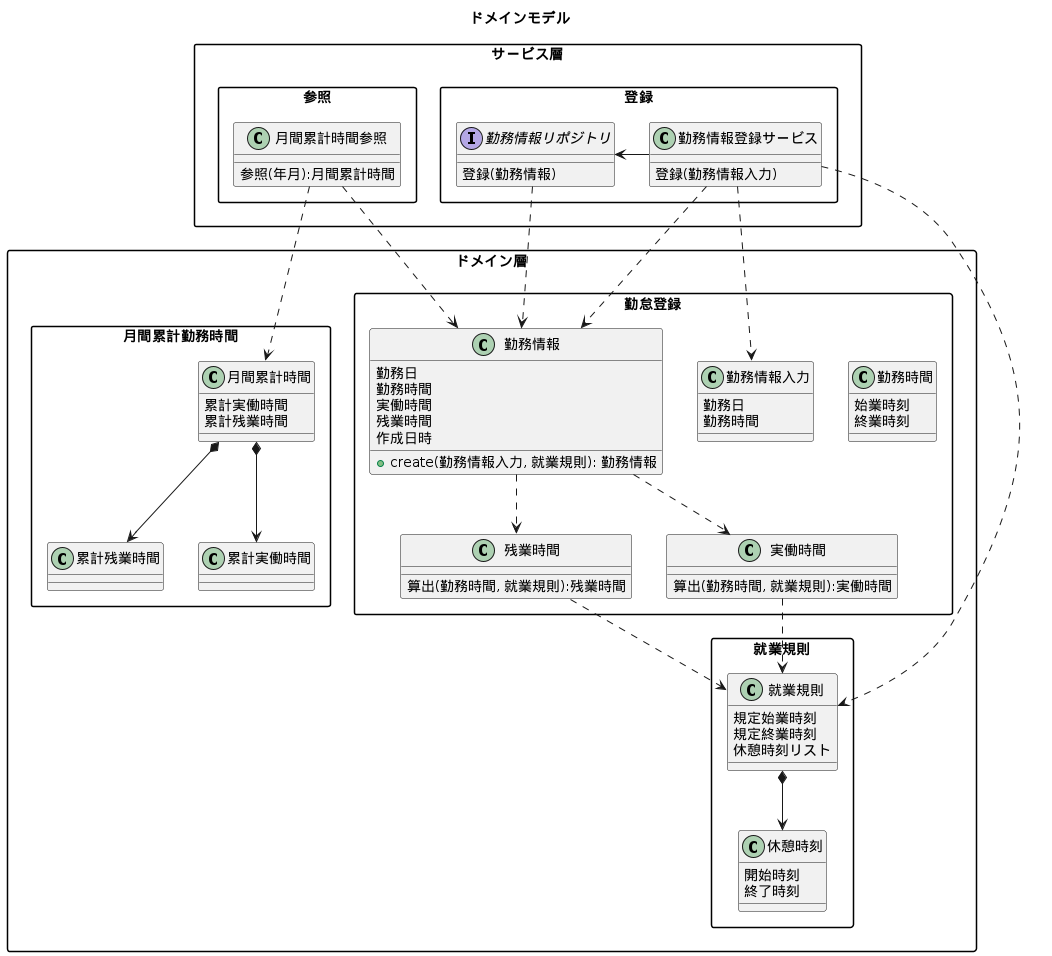
biglobe-isp/kintai keeps this PlantUML diagram as etc/design/domainmodel/kintai.png. Above is the earlier version.
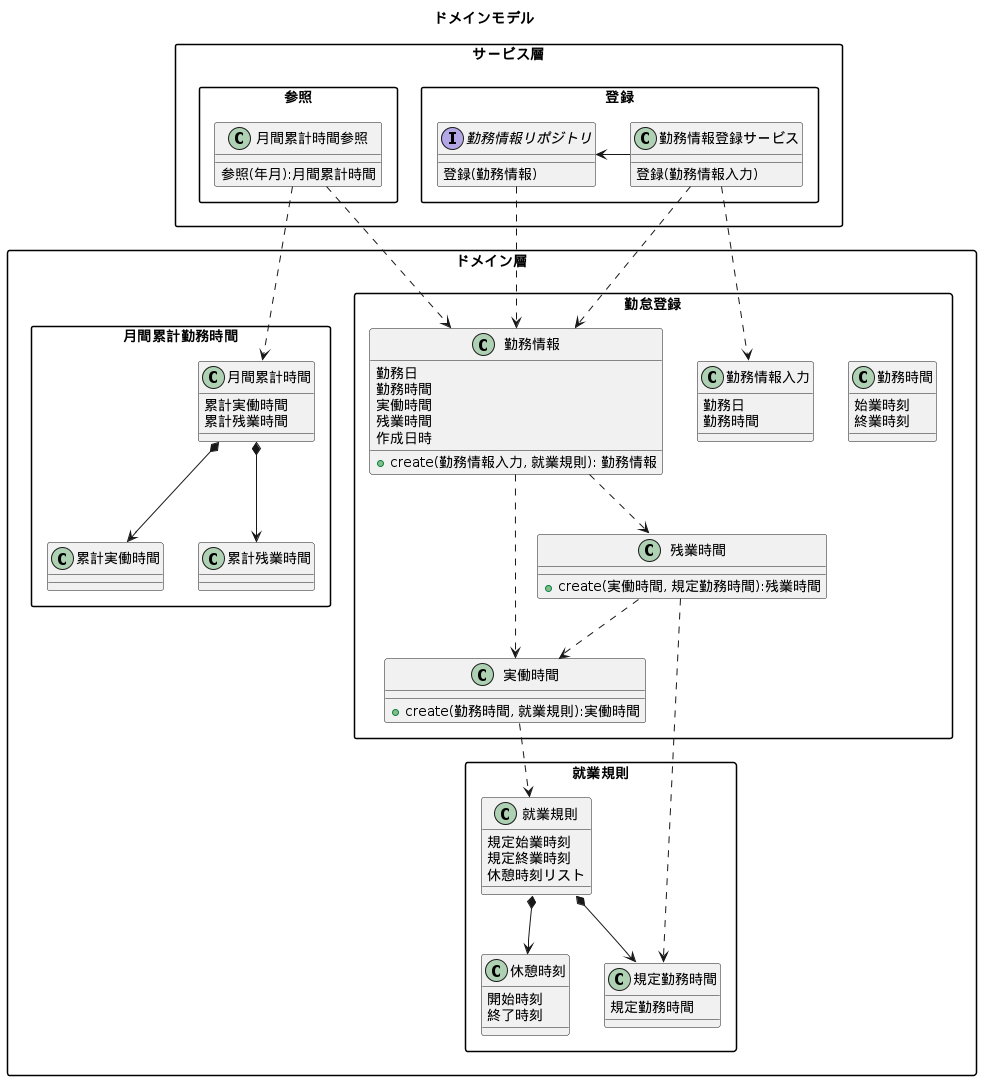
After the commit.

Commit message:
Update Labor Regulation

The edit, as a diff of the source:
```diff
@@ -30,11 +30,11 @@
     }
 
     class 実働時間 {
-      算出(勤務時間, 就業規則):実働時間
+      + create(勤務時間, 就業規則):実働時間
     }
 
     class 残業時間 {
-      算出(勤務時間, 就業規則):残業時間
+      + create(実働時間, 規定勤務時間):残業時間
     }
 
 
@@ -67,6 +67,10 @@
       休憩時刻リスト
     }
 
+    class 規定勤務時間 {
+      規定勤務時間
+    }
+
     class 休憩時刻 {
       開始時刻
       終了時刻
@@ -89,16 +93,20 @@
 勤務情報登録サービス ..> 勤務情報
 勤務情報登録サービス ..> 勤務情報入力
 勤務情報登録サービス -> 勤務情報リポジトリ
-勤務情報登録サービス ..> 就業規則
 勤務情報リポジトリ ..> 勤務情報
 
 勤務情報 ..> 実働時間
 勤務情報 ..> 残業時間
+
 月間累計時間参照 ..> 月間累計時間
 月間累計時間参照 ..> 勤務情報
-就業規則 *--> 休憩時刻
-実働時間 ..> 就業規則
-残業時間 ..> 就業規則
 月間累計時間 *--> 累計実働時間
 月間累計時間 *--> 累計残業時間
+
+就業規則 *--> 休憩時刻
+就業規則 *--> 規定勤務時間
+実働時間 ..> 就業規則
+残業時間 ..> 実働時間
+残業時間 ..> 規定勤務時間
+
 @enduml
```
